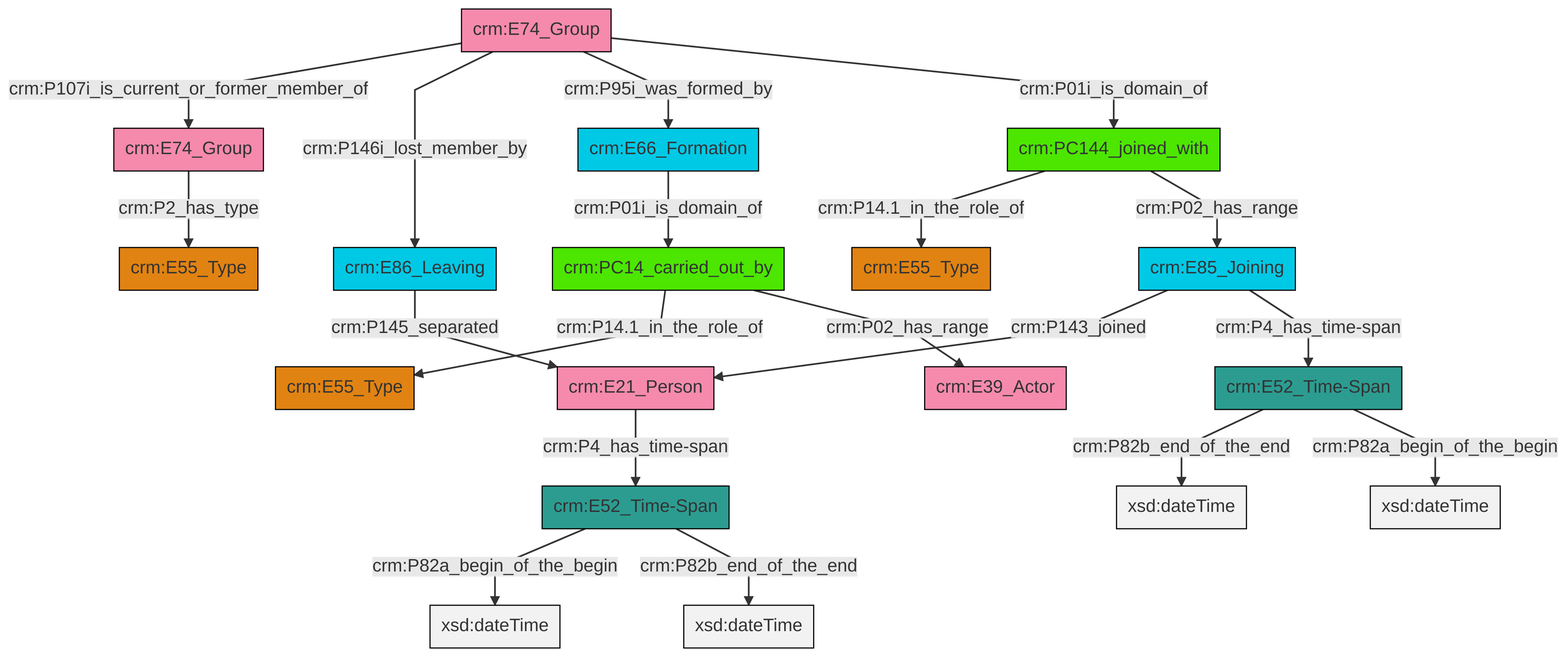
swiss-art-research-net/reference-data-models keeps this Mermaid diagram as et/groupCSV/ttl/mmd/png/group_actor_relations.png. Above is the earlier version. Its source is kept beside it as et/groupCSV/ttl/mmd/group_actor_relations.ttl.mmd.
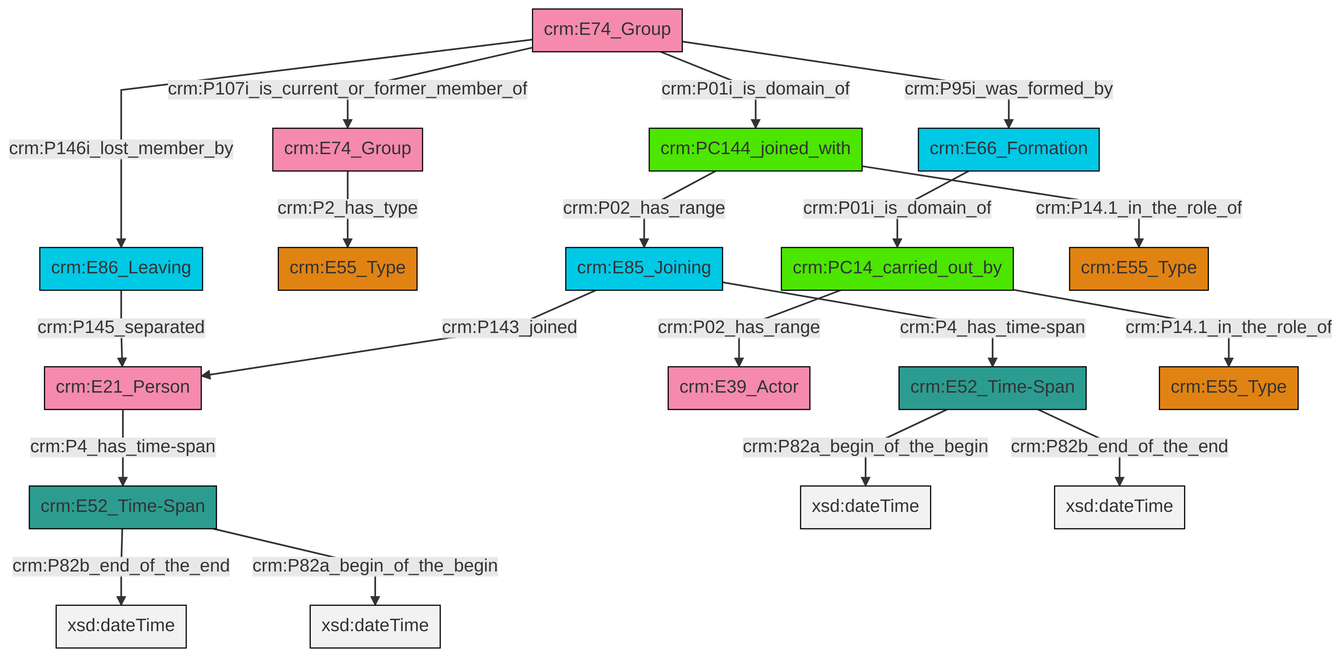
The same diagram one commit later.

The edit, as a diff of the source:
```diff
@@ -13,21 +13,21 @@
 classDef PC_Classes fill:#4ce600, stroke:#000000;
 classDef Multi fill:#cccccc,stroke:#000000;
 
-0["crm:PC144_joined_with"]:::PC_Classes -->|crm:P14.1_in_the_role_of| 1["crm:E55_Type"]:::Type
-8["crm:E85_Joining"]:::Temporal_Entity -->|crm:P143_joined| 9["crm:E21_Person"]:::Actor
-12["crm:PC14_carried_out_by"]:::PC_Classes -->|crm:P14.1_in_the_role_of| 4["crm:E55_Type"]:::Type
-8["crm:E85_Joining"]:::Temporal_Entity -->|crm:P4_has_time-span| 6["crm:E52_Time-Span"]:::Time-Span
-16["crm:E74_Group"]:::Actor -->|crm:P107i_is_current_or_former_member_of| 19["crm:E74_Group"]:::Actor
-16["crm:E74_Group"]:::Actor -->|crm:P146i_lost_member_by| 14["crm:E86_Leaving"]:::Temporal_Entity
-16["crm:E74_Group"]:::Actor -->|crm:P95i_was_formed_by| 2["crm:E66_Formation"]:::Temporal_Entity
-12["crm:PC14_carried_out_by"]:::PC_Classes -->|crm:P02_has_range| 22["crm:E39_Actor"]:::Actor
-9["crm:E21_Person"]:::Actor -->|crm:P4_has_time-span| 24["crm:E52_Time-Span"]:::Time-Span
-0["crm:PC144_joined_with"]:::PC_Classes -->|crm:P02_has_range| 8["crm:E85_Joining"]:::Temporal_Entity
-16["crm:E74_Group"]:::Actor -->|crm:P01i_is_domain_of| 0["crm:PC144_joined_with"]:::PC_Classes
-24["crm:E52_Time-Span"]:::Time-Span -->|crm:P82a_begin_of_the_begin| 27[xsd:dateTime]:::Literal
-24["crm:E52_Time-Span"]:::Time-Span -->|crm:P82b_end_of_the_end| 31[xsd:dateTime]:::Literal
-14["crm:E86_Leaving"]:::Temporal_Entity -->|crm:P145_separated| 9["crm:E21_Person"]:::Actor
-2["crm:E66_Formation"]:::Temporal_Entity -->|crm:P01i_is_domain_of| 12["crm:PC14_carried_out_by"]:::PC_Classes
-6["crm:E52_Time-Span"]:::Time-Span -->|crm:P82b_end_of_the_end| 33[xsd:dateTime]:::Literal
-6["crm:E52_Time-Span"]:::Time-Span -->|crm:P82a_begin_of_the_begin| 34[xsd:dateTime]:::Literal
-19["crm:E74_Group"]:::Actor -->|crm:P2_has_type| 10["crm:E55_Type"]:::Type
+0["crm:E85_Joining"]:::Temporal_Entity -->|crm:P4_has_time-span| 1["crm:E52_Time-Span"]:::Time-Span
+2["crm:E52_Time-Span"]:::Time-Span -->|crm:P82b_end_of_the_end| 3[xsd:dateTime]:::Literal
+10["crm:E21_Person"]:::Actor -->|crm:P4_has_time-span| 2["crm:E52_Time-Span"]:::Time-Span
+13["crm:E86_Leaving"]:::Temporal_Entity -->|crm:P145_separated| 10["crm:E21_Person"]:::Actor
+14["crm:PC14_carried_out_by"]:::PC_Classes -->|crm:P14.1_in_the_role_of| 15["crm:E55_Type"]:::Type
+6["crm:E74_Group"]:::Actor -->|crm:P146i_lost_member_by| 13["crm:E86_Leaving"]:::Temporal_Entity
+17["crm:E66_Formation"]:::Temporal_Entity -->|crm:P01i_is_domain_of| 14["crm:PC14_carried_out_by"]:::PC_Classes
+1["crm:E52_Time-Span"]:::Time-Span -->|crm:P82a_begin_of_the_begin| 18[xsd:dateTime]:::Literal
+4["crm:PC144_joined_with"]:::PC_Classes -->|crm:P02_has_range| 0["crm:E85_Joining"]:::Temporal_Entity
+21["crm:E74_Group"]:::Actor -->|crm:P2_has_type| 11["crm:E55_Type"]:::Type
+0["crm:E85_Joining"]:::Temporal_Entity -->|crm:P143_joined| 10["crm:E21_Person"]:::Actor
+14["crm:PC14_carried_out_by"]:::PC_Classes -->|crm:P02_has_range| 8["crm:E39_Actor"]:::Actor
+6["crm:E74_Group"]:::Actor -->|crm:P95i_was_formed_by| 17["crm:E66_Formation"]:::Temporal_Entity
+2["crm:E52_Time-Span"]:::Time-Span -->|crm:P82a_begin_of_the_begin| 23[xsd:dateTime]:::Literal
+6["crm:E74_Group"]:::Actor -->|crm:P107i_is_current_or_former_member_of| 21["crm:E74_Group"]:::Actor
+1["crm:E52_Time-Span"]:::Time-Span -->|crm:P82b_end_of_the_end| 32[xsd:dateTime]:::Literal
+6["crm:E74_Group"]:::Actor -->|crm:P01i_is_domain_of| 4["crm:PC144_joined_with"]:::PC_Classes
+4["crm:PC144_joined_with"]:::PC_Classes -->|crm:P14.1_in_the_role_of| 25["crm:E55_Type"]:::Type
```
